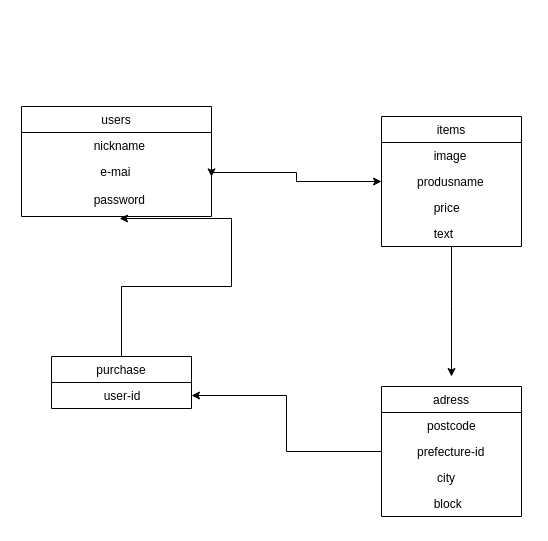
The draw.io diagram ER.dio in seiya1011/furima-33330, before the edit. Source tidied: cells renumbered, new cells numbered last; positions are measured from the earlier drawing's top-left corner, leaving out a move shared by most shapes. Both pictures are drawn from the tidied source at 100%, with x=0, y=0 at pixel (21, 106).
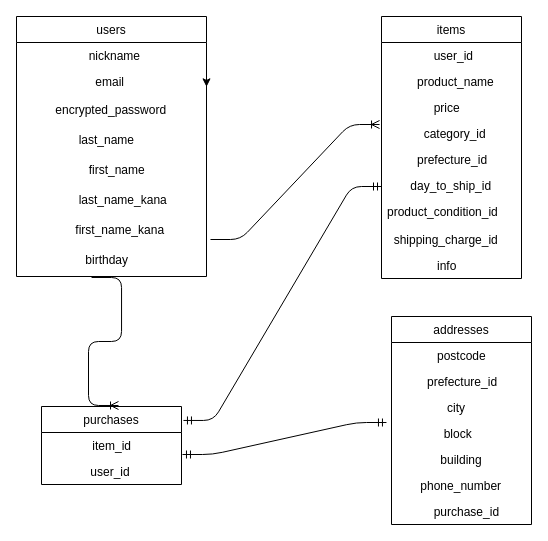
After the change.

Unchanged cells that the change refers to:
```xml
<mxCell id="16" value="               city" style="text;strokeColor=none;fillColor=none;align=left;verticalAlign=top;spacingLeft=4;spacingRight=4;overflow=hidden;points=[[0,0.5],[1,0.5]];portConstraint=eastwest;" parent="13" vertex="1">
  <mxGeometry y="78" width="140" height="26" as="geometry" />
</mxCell>
```

The edit, as a diff of the source:
```diff
@@
     <mxCell id="2" value="users" style="swimlane;fontStyle=0;horizontal=1;startSize=26;fillColor=none;" parent="1" vertex="1">
-      <mxGeometry width="190" height="110" as="geometry" />
+      <mxGeometry x="-5" y="-90" width="190" height="260" as="geometry" />
     </mxCell>
@@
-    <mxCell id="4" value="                      e-mai " style="text;strokeColor=none;fillColor=none;align=left;verticalAlign=top;spacingLeft=4;spacingRight=4;overflow=hidden;points=[[0,0.5],[1,0.5]];portConstraint=eastwest;" parent="2" vertex="1">
+    <mxCell id="4" value="                      email" style="text;strokeColor=none;fillColor=none;align=left;verticalAlign=top;spacingLeft=4;spacingRight=4;overflow=hidden;points=[[0,0.5],[1,0.5]];portConstraint=eastwest;" parent="2" vertex="1">
       <mxGeometry y="52" width="190" height="28" as="geometry" />
     </mxCell>
-    <mxCell id="5" value="                    password" style="text;strokeColor=none;fillColor=none;align=left;verticalAlign=top;spacingLeft=4;spacingRight=4;overflow=hidden;points=[[0,0.5],[1,0.5]];portConstraint=eastwest;" parent="2" vertex="1">
+    <mxCell id="5" value="          encrypted_password" style="text;strokeColor=none;fillColor=none;align=left;verticalAlign=top;spacingLeft=4;spacingRight=4;overflow=hidden;points=[[0,0.5],[1,0.5]];portConstraint=eastwest;" parent="2" vertex="1">
       <mxGeometry y="80" width="190" height="30" as="geometry" />
     </mxCell>
@@
-    <mxCell id="7" style="edgeStyle=orthogonalEdgeStyle;rounded=0;jettySize=auto;html=1;" parent="1" edge="1" source="8">
-      <mxGeometry relative="1" as="geometry">
-        <mxPoint x="430" y="270" as="targetPoint" />
-      </mxGeometry>
-    </mxCell>
+    <mxCell id="23" value="                 last_name" style="text;strokeColor=none;fillColor=none;align=left;verticalAlign=top;spacingLeft=4;spacingRight=4;overflow=hidden;" parent="2" vertex="1">
+      <mxGeometry y="110" width="190" height="30" as="geometry" />
+    </mxCell>
+    <mxCell id="24" value="                    first_name" style="text;strokeColor=none;fillColor=none;align=left;verticalAlign=top;spacingLeft=4;spacingRight=4;overflow=hidden;" parent="2" vertex="1">
+      <mxGeometry y="140" width="190" height="30" as="geometry" />
+    </mxCell>
+    <mxCell id="25" value="                 last_name_kana" style="text;strokeColor=none;fillColor=none;align=left;verticalAlign=top;spacingLeft=4;spacingRight=4;overflow=hidden;" parent="2" vertex="1">
+      <mxGeometry y="170" width="190" height="30" as="geometry" />
+    </mxCell>
+    <mxCell id="26" value="                first_name_kana" style="text;strokeColor=none;fillColor=none;align=left;verticalAlign=top;spacingLeft=4;spacingRight=4;overflow=hidden;points=[[0,0.5],[1,0.5]];portConstraint=eastwest;" parent="2" vertex="1">
+      <mxGeometry y="200" width="190" height="30" as="geometry" />
+    </mxCell>
+    <mxCell id="27" value="                   birthday" style="text;strokeColor=none;fillColor=none;align=left;verticalAlign=top;spacingLeft=4;spacingRight=4;overflow=hidden;points=[[0,0.5],[1,0.5]];portConstraint=eastwest;" parent="2" vertex="1">
+      <mxGeometry y="230" width="190" height="30" as="geometry" />
+    </mxCell>
     <mxCell id="8" value="items" style="swimlane;fontStyle=0;horizontal=1;startSize=26;fillColor=none;" parent="1" vertex="1">
-      <mxGeometry x="360" y="10" width="140" height="130" as="geometry" />
+      <mxGeometry x="360" y="-90" width="140" height="262" as="geometry" />
     </mxCell>
-    <mxCell id="9" value="              image " style="text;strokeColor=none;fillColor=none;align=left;verticalAlign=top;spacingLeft=4;spacingRight=4;overflow=hidden;" parent="8" vertex="1">
+    <mxCell id="9" value="              user_id" style="text;strokeColor=none;fillColor=none;align=left;verticalAlign=top;spacingLeft=4;spacingRight=4;overflow=hidden;" parent="8" vertex="1">
       <mxGeometry y="26" width="140" height="26" as="geometry" />
     </mxCell>
-    <mxCell id="10" value="         produsname" style="text;strokeColor=none;fillColor=none;align=left;verticalAlign=top;spacingLeft=4;spacingRight=4;overflow=hidden;points=[[0,0.5],[1,0.5]];portConstraint=eastwest;" parent="8" vertex="1">
+    <mxCell id="10" value="         product_name" style="text;strokeColor=none;fillColor=none;align=left;verticalAlign=top;spacingLeft=4;spacingRight=4;overflow=hidden;points=[[0,0.5],[1,0.5]];portConstraint=eastwest;" parent="8" vertex="1">
       <mxGeometry y="52" width="140" height="26" as="geometry" />
     </mxCell>
@@
-    <mxCell id="12" value="              text" style="text;strokeColor=none;fillColor=none;align=left;verticalAlign=top;spacingLeft=4;spacingRight=4;overflow=hidden;points=[[0,0.5],[1,0.5]];portConstraint=eastwest;" parent="8" vertex="1">
+    <mxCell id="12" value="           category_id" style="text;strokeColor=none;fillColor=none;align=left;verticalAlign=top;spacingLeft=4;spacingRight=4;overflow=hidden;points=[[0,0.5],[1,0.5]];portConstraint=eastwest;" parent="8" vertex="1">
       <mxGeometry y="104" width="140" height="26" as="geometry" />
     </mxCell>
+    <mxCell id="28" value="         prefecture_id" style="text;strokeColor=none;fillColor=none;align=left;verticalAlign=top;spacingLeft=4;spacingRight=4;overflow=hidden;" parent="8" vertex="1">
+      <mxGeometry y="130" width="140" height="26" as="geometry" />
+    </mxCell>
+    <mxCell id="29" value="       day_to_ship_id" style="text;strokeColor=none;fillColor=none;align=left;verticalAlign=top;spacingLeft=4;spacingRight=4;overflow=hidden;" parent="8" vertex="1">
+      <mxGeometry y="156" width="140" height="26" as="geometry" />
+    </mxCell>
+    <mxCell id="30" value="product_condition_id" style="text;strokeColor=none;fillColor=none;align=left;verticalAlign=top;spacingLeft=4;spacingRight=4;overflow=hidden;" parent="8" vertex="1">
+      <mxGeometry y="182" width="140" height="28" as="geometry" />
+    </mxCell>
+    <mxCell id="31" value="  shipping_charge_id" style="text;strokeColor=none;fillColor=none;align=left;verticalAlign=top;spacingLeft=4;spacingRight=4;overflow=hidden;" parent="8" vertex="1">
+      <mxGeometry y="210" width="140" height="26" as="geometry" />
+    </mxCell>
+    <mxCell id="32" value="               info" style="text;strokeColor=none;fillColor=none;align=left;verticalAlign=top;spacingLeft=4;spacingRight=4;overflow=hidden;" parent="8" vertex="1">
+      <mxGeometry y="236" width="140" height="26" as="geometry" />
+    </mxCell>
-    <mxCell id="13" value="adress" style="swimlane;fontStyle=0;horizontal=1;startSize=26;fillColor=none;" parent="1" vertex="1">
-      <mxGeometry x="360" y="280" width="140" height="130" as="geometry" />
+    <mxCell id="13" value="addresses" style="swimlane;fontStyle=0;horizontal=1;startSize=26;fillColor=none;" parent="1" vertex="1">
+      <mxGeometry x="370" y="210" width="140" height="208" as="geometry" />
     </mxCell>
@@
-    <mxCell id="15" value="         prefecture-id" style="text;strokeColor=none;fillColor=none;align=left;verticalAlign=top;spacingLeft=4;spacingRight=4;overflow=hidden;points=[[0,0.5],[1,0.5]];portConstraint=eastwest;" parent="13" vertex="1">
+    <mxCell id="15" value="         prefecture_id" style="text;strokeColor=none;fillColor=none;align=left;verticalAlign=top;spacingLeft=4;spacingRight=4;overflow=hidden;points=[[0,0.5],[1,0.5]];portConstraint=eastwest;" parent="13" vertex="1">
       <mxGeometry y="52" width="140" height="26" as="geometry" />
     </mxCell>
@@
-    <mxCell id="18" style="edgeStyle=orthogonalEdgeStyle;rounded=0;jettySize=auto;html=1;entryX=0.516;entryY=1.067;entryDx=0;entryDy=0;entryPerimeter=0;" parent="1" edge="1" source="19" target="5">
-      <mxGeometry relative="1" as="geometry" />
-    </mxCell>
+    <mxCell id="33" value="             building" style="text;strokeColor=none;fillColor=none;align=left;verticalAlign=top;spacingLeft=4;spacingRight=4;overflow=hidden;" parent="13" vertex="1">
+      <mxGeometry y="130" width="140" height="26" as="geometry" />
+    </mxCell>
+    <mxCell id="34" value="       phone_number" style="text;strokeColor=none;fillColor=none;align=left;verticalAlign=top;spacingLeft=4;spacingRight=4;overflow=hidden;" parent="13" vertex="1">
+      <mxGeometry y="156" width="140" height="26" as="geometry" />
+    </mxCell>
+    <mxCell id="35" value="           purchase_id" style="text;strokeColor=none;fillColor=none;align=left;verticalAlign=top;spacingLeft=4;spacingRight=4;overflow=hidden;" parent="13" vertex="1">
+      <mxGeometry y="182" width="140" height="26" as="geometry" />
+    </mxCell>
-    <mxCell id="19" value="purchase" style="swimlane;fontStyle=0;horizontal=1;startSize=26;fillColor=none;" parent="1" vertex="1">
-      <mxGeometry x="30" y="250" width="140" height="52" as="geometry" />
+    <mxCell id="19" value="purchases" style="swimlane;fontStyle=0;horizontal=1;startSize=26;fillColor=none;" parent="1" vertex="1">
+      <mxGeometry x="20" y="300" width="140" height="78" as="geometry" />
     </mxCell>
-    <mxCell id="20" value="              user-id" style="text;strokeColor=none;fillColor=none;align=left;verticalAlign=top;spacingLeft=4;spacingRight=4;overflow=hidden;points=[[0,0.5],[1,0.5]];portConstraint=eastwest;" parent="19" vertex="1">
-      <mxGeometry y="26" width="140" height="26" as="geometry" />
-    </mxCell>
-    <mxCell id="21" style="edgeStyle=orthogonalEdgeStyle;rounded=0;jettySize=auto;html=1;exitX=1;exitY=0.5;exitDx=0;exitDy=0;entryX=0;entryY=0.5;entryDx=0;entryDy=0;" parent="1" edge="1" source="4" target="10">
-      <mxGeometry relative="1" as="geometry" />
-    </mxCell>
-    <mxCell id="22" style="edgeStyle=orthogonalEdgeStyle;rounded=0;jettySize=auto;html=1;exitX=0;exitY=0.5;exitDx=0;exitDy=0;" parent="1" edge="1" source="15" target="20">
-      <mxGeometry relative="1" as="geometry" />
-    </mxCell>
+    <mxCell id="36" value="　          item_id" style="text;strokeColor=none;fillColor=none;align=left;verticalAlign=top;spacingLeft=4;spacingRight=4;overflow=hidden;" parent="19" vertex="1">
+      <mxGeometry y="26" width="140" height="26" as="geometry" />
+    </mxCell>
+    <mxCell id="37" value="             user_id" style="text;strokeColor=none;fillColor=none;align=left;verticalAlign=top;spacingLeft=4;spacingRight=4;overflow=hidden;points=[[0,0.5],[1,0.5]];portConstraint=eastwest;" parent="19" vertex="1">
+      <mxGeometry y="52" width="140" height="26" as="geometry" />
+    </mxCell>
+    <mxCell id="38" style="edgeStyle=entityRelationEdgeStyle;fontSize=12;html=1;endArrow=ERoneToMany;entryX=-0.014;entryY=0.154;entryDx=0;entryDy=0;entryPerimeter=0;exitX=1.021;exitY=0.767;exitDx=0;exitDy=0;exitPerimeter=0;" parent="1" edge="1" source="26" target="12">
+      <mxGeometry relative="1" as="geometry" />
+    </mxCell>
+    <mxCell id="39" style="edgeStyle=entityRelationEdgeStyle;fontSize=12;html=1;endArrow=ERmandOne;startArrow=ERmandOne;exitX=1.007;exitY=-0.154;exitDx=0;exitDy=0;exitPerimeter=0;entryX=-0.036;entryY=1.077;entryDx=0;entryDy=0;entryPerimeter=0;" parent="1" edge="1" source="37" target="16">
+      <mxGeometry relative="1" as="geometry" />
+    </mxCell>
+    <mxCell id="40" style="edgeStyle=entityRelationEdgeStyle;fontSize=12;html=1;endArrow=ERoneToMany;exitX=0.395;exitY=1.033;exitDx=0;exitDy=0;exitPerimeter=0;entryX=0.55;entryY=-0.013;entryDx=0;entryDy=0;entryPerimeter=0;" parent="1" edge="1" source="27" target="19">
+      <mxGeometry relative="1" as="geometry" />
+    </mxCell>
+    <mxCell id="41" style="edgeStyle=entityRelationEdgeStyle;fontSize=12;html=1;endArrow=ERmandOne;startArrow=ERmandOne;exitX=1.014;exitY=0.179;exitDx=0;exitDy=0;exitPerimeter=0;" parent="1" edge="1" source="19">
+      <mxGeometry relative="1" as="geometry">
+        <mxPoint x="360" y="80" as="targetPoint" />
+      </mxGeometry>
+    </mxCell>
```
